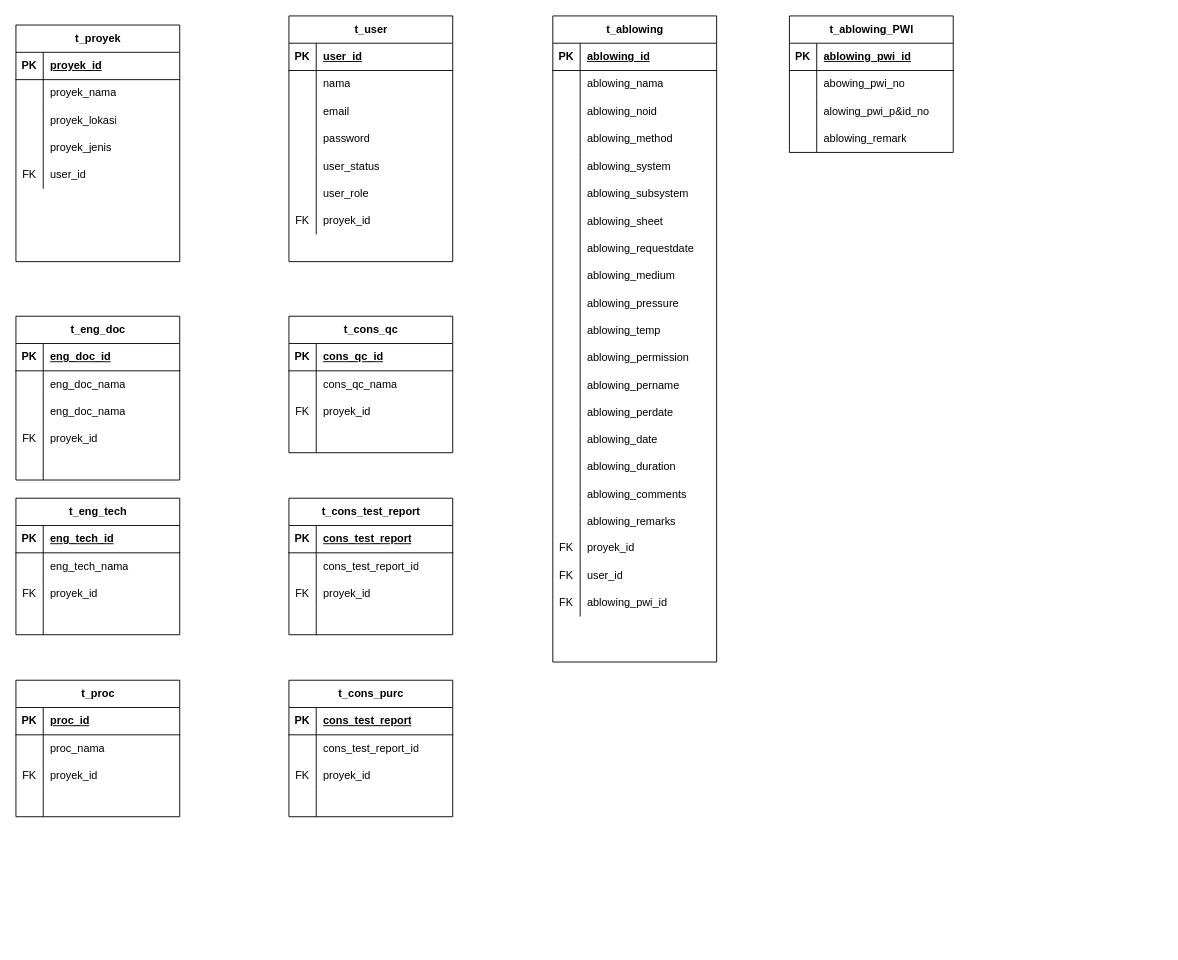
ukisatriana/Flow-serv keeps this draw.io diagram as CommissioningWIKA.drawio. Above is the earlier version. Source tidied: cells renumbered, new cells numbered last; positions are measured from the earlier drawing's top-left corner, leaving out a move shared by most shapes. Both pictures are drawn from the tidied source at 91%, with x=0, y=0 at pixel (15, 15).
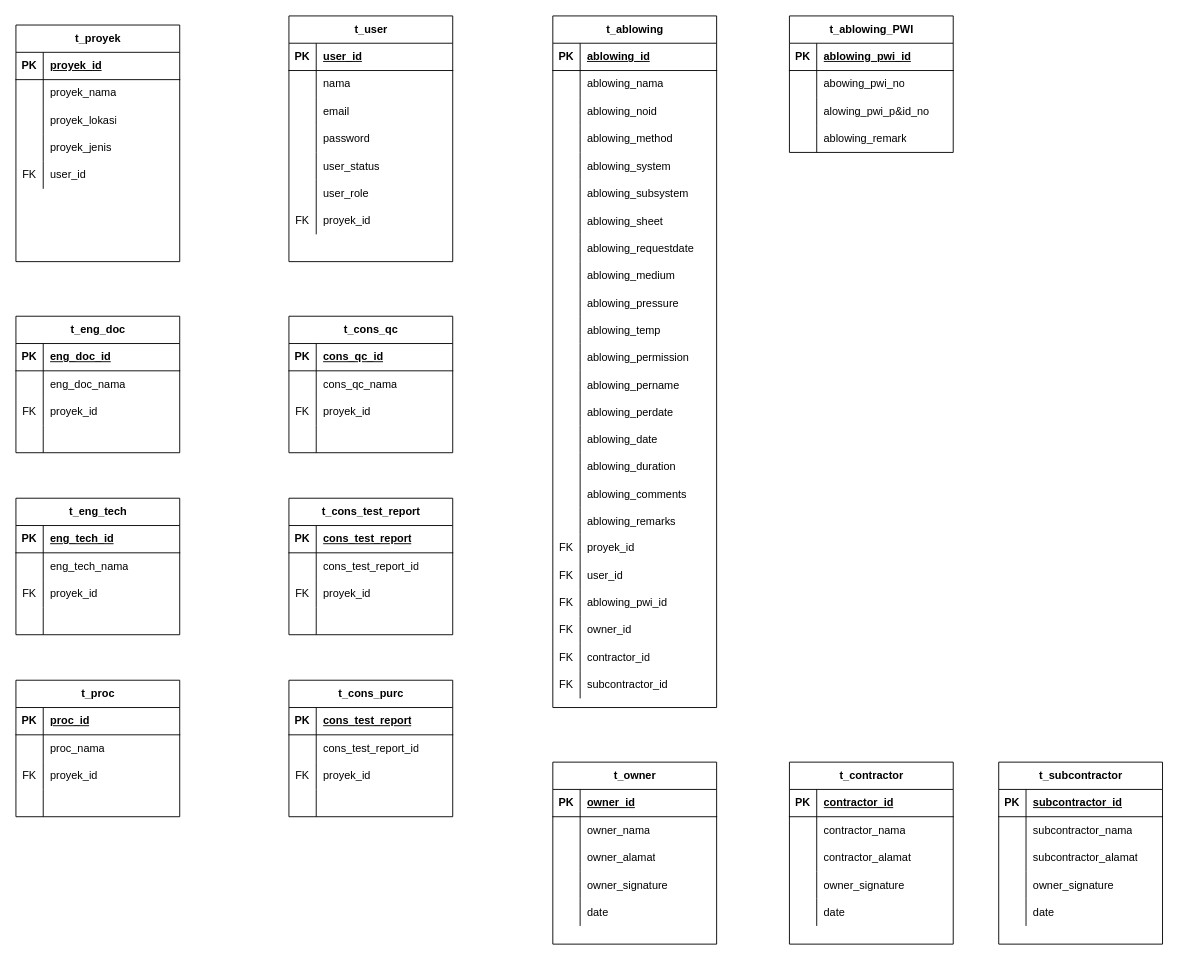
The same page after the edit.

What changed in the source:
```diff
@@
     <mxCell id="18" value="t_eng_doc" style="shape=table;startSize=30;childLayout=tableLayout;rowLines=0;fontStyle=1;align=center;html=1;" parent="1" vertex="1">
-      <mxGeometry y="330" width="180" height="180" as="geometry" />
+      <mxGeometry y="330" width="180" height="150" as="geometry" />
     </mxCell>
@@
-    <mxCell id="25" style="shape=tableRow;horizontal=0;startSize=0;swimlaneHead=0;swimlaneBody=0;fillColor=none;top=0;left=0;right=0;bottom=0;" parent="18" vertex="1">
-      <mxGeometry y="90" width="180" height="30" as="geometry" />
-    </mxCell>
-    <mxCell id="26" style="shape=partialRectangle;fillColor=none;top=0;left=0;bottom=0;right=0;overflow=hidden;whiteSpace=wrap;html=1;" parent="25" vertex="1">
-      <mxGeometry width="30" height="30" as="geometry" />
-    </mxCell>
-    <mxCell id="27" value="eng_doc_nama" style="shape=partialRectangle;fillColor=none;top=0;left=0;bottom=0;right=0;align=left;spacingLeft=6;overflow=hidden;whiteSpace=wrap;html=1;" parent="25" vertex="1">
-      <mxGeometry x="30" width="150" height="30" as="geometry" />
-    </mxCell>
     <mxCell id="28" style="shape=tableRow;horizontal=0;startSize=0;swimlaneHead=0;swimlaneBody=0;fillColor=none;top=0;left=0;right=0;bottom=0;" parent="18" vertex="1">
-      <mxGeometry y="120" width="180" height="30" as="geometry" />
+      <mxGeometry y="90" width="180" height="30" as="geometry" />
     </mxCell>
@@
     <mxCell id="31" style="shape=tableRow;horizontal=0;startSize=0;swimlaneHead=0;swimlaneBody=0;fillColor=none;top=0;left=0;right=0;bottom=0;" parent="18" vertex="1">
-      <mxGeometry y="150" width="180" height="30" as="geometry" />
+      <mxGeometry y="120" width="180" height="30" as="geometry" />
     </mxCell>
@@
     <mxCell id="121" value="t_ablowing" style="shape=table;startSize=30;childLayout=tableLayout;rowLines=0;fontStyle=1;align=center;html=1;" parent="1" vertex="1">
-      <mxGeometry x="590" width="180" height="710" as="geometry" />
+      <mxGeometry x="590" width="180" height="760" as="geometry" />
     </mxCell>
@@
+    <mxCell id="198" style="shape=tableRow;horizontal=0;startSize=0;swimlaneHead=0;swimlaneBody=0;fillColor=none;top=0;left=0;right=0;bottom=0;" parent="121" vertex="1">
+      <mxGeometry y="660" width="180" height="30" as="geometry" />
+    </mxCell>
+    <mxCell id="199" value="FK" style="shape=partialRectangle;fillColor=none;top=0;left=0;bottom=0;right=0;fontStyle=0;overflow=hidden;whiteSpace=wrap;html=1;" parent="198" vertex="1">
+      <mxGeometry width="30" height="30" as="geometry" />
+    </mxCell>
+    <mxCell id="200" value="owner_id" style="shape=partialRectangle;fillColor=none;top=0;left=0;bottom=0;right=0;align=left;spacingLeft=6;fontStyle=0;overflow=hidden;whiteSpace=wrap;html=1;" parent="198" vertex="1">
+      <mxGeometry x="30" width="150" height="30" as="geometry" />
+    </mxCell>
+    <mxCell id="201" style="shape=tableRow;horizontal=0;startSize=0;swimlaneHead=0;swimlaneBody=0;fillColor=none;top=0;left=0;right=0;bottom=0;" parent="121" vertex="1">
+      <mxGeometry y="690" width="180" height="30" as="geometry" />
+    </mxCell>
+    <mxCell id="202" value="FK" style="shape=partialRectangle;fillColor=none;top=0;left=0;bottom=0;right=0;fontStyle=0;overflow=hidden;whiteSpace=wrap;html=1;" parent="201" vertex="1">
+      <mxGeometry width="30" height="30" as="geometry" />
+    </mxCell>
+    <mxCell id="203" value="contractor_id" style="shape=partialRectangle;fillColor=none;top=0;left=0;bottom=0;right=0;align=left;spacingLeft=6;fontStyle=0;overflow=hidden;whiteSpace=wrap;html=1;" parent="201" vertex="1">
+      <mxGeometry x="30" width="150" height="30" as="geometry" />
+    </mxCell>
+    <mxCell id="204" style="shape=tableRow;horizontal=0;startSize=0;swimlaneHead=0;swimlaneBody=0;fillColor=none;top=0;left=0;right=0;bottom=0;" parent="121" vertex="1">
+      <mxGeometry y="720" width="180" height="30" as="geometry" />
+    </mxCell>
+    <mxCell id="205" value="FK" style="shape=partialRectangle;fillColor=none;top=0;left=0;bottom=0;right=0;fontStyle=0;overflow=hidden;whiteSpace=wrap;html=1;" parent="204" vertex="1">
+      <mxGeometry width="30" height="30" as="geometry" />
+    </mxCell>
+    <mxCell id="206" value="subcontractor_id" style="shape=partialRectangle;fillColor=none;top=0;left=0;bottom=0;right=0;align=left;spacingLeft=6;fontStyle=0;overflow=hidden;whiteSpace=wrap;html=1;" parent="204" vertex="1">
+      <mxGeometry x="30" width="150" height="30" as="geometry" />
+    </mxCell>
@@
+    <mxCell id="207" value="t_owner" style="shape=table;startSize=30;childLayout=tableLayout;rowLines=0;fontStyle=1;align=center;html=1;" parent="1" vertex="1">
+      <mxGeometry x="590" y="820" width="180" height="200" as="geometry" />
+    </mxCell>
+    <mxCell id="208" style="shape=tableRow;horizontal=0;startSize=0;swimlaneHead=0;swimlaneBody=0;fillColor=none;top=0;left=0;right=0;bottom=1;" parent="207" vertex="1">
+      <mxGeometry y="30" width="180" height="30" as="geometry" />
+    </mxCell>
+    <mxCell id="209" value="PK" style="shape=partialRectangle;fillColor=none;top=0;left=0;bottom=0;right=0;fontStyle=1;overflow=hidden;whiteSpace=wrap;html=1;" parent="208" vertex="1">
+      <mxGeometry width="30" height="30" as="geometry" />
+    </mxCell>
+    <mxCell id="210" value="owner_id" style="shape=partialRectangle;fillColor=none;top=0;left=0;bottom=0;right=0;align=left;spacingLeft=6;fontStyle=5;overflow=hidden;whiteSpace=wrap;html=1;" parent="208" vertex="1">
+      <mxGeometry x="30" width="150" height="30" as="geometry" />
+    </mxCell>
+    <mxCell id="211" style="shape=tableRow;horizontal=0;startSize=0;swimlaneHead=0;swimlaneBody=0;fillColor=none;top=0;left=0;right=0;bottom=0;" parent="207" vertex="1">
+      <mxGeometry y="60" width="180" height="30" as="geometry" />
+    </mxCell>
+    <mxCell id="212" style="shape=partialRectangle;fillColor=none;top=0;left=0;bottom=0;right=0;overflow=hidden;whiteSpace=wrap;html=1;" parent="211" vertex="1">
+      <mxGeometry width="30" height="30" as="geometry" />
+    </mxCell>
+    <mxCell id="213" value="owner_nama" style="shape=partialRectangle;fillColor=none;top=0;left=0;bottom=0;right=0;align=left;spacingLeft=6;overflow=hidden;whiteSpace=wrap;html=1;" parent="211" vertex="1">
+      <mxGeometry x="30" width="150" height="30" as="geometry" />
+    </mxCell>
+    <mxCell id="214" style="shape=tableRow;horizontal=0;startSize=0;swimlaneHead=0;swimlaneBody=0;fillColor=none;top=0;left=0;right=0;bottom=0;" parent="207" vertex="1">
+      <mxGeometry y="90" width="180" height="30" as="geometry" />
+    </mxCell>
+    <mxCell id="215" style="shape=partialRectangle;fillColor=none;top=0;left=0;bottom=0;right=0;overflow=hidden;whiteSpace=wrap;html=1;" parent="214" vertex="1">
+      <mxGeometry width="30" height="30" as="geometry" />
+    </mxCell>
+    <mxCell id="216" value="owner_alamat" style="shape=partialRectangle;fillColor=none;top=0;left=0;bottom=0;right=0;align=left;spacingLeft=6;overflow=hidden;whiteSpace=wrap;html=1;" parent="214" vertex="1">
+      <mxGeometry x="30" width="150" height="30" as="geometry" />
+    </mxCell>
+    <mxCell id="217" style="shape=tableRow;horizontal=0;startSize=0;swimlaneHead=0;swimlaneBody=0;fillColor=none;top=0;left=0;right=0;bottom=0;" parent="207" vertex="1">
+      <mxGeometry y="120" width="180" height="30" as="geometry" />
+    </mxCell>
+    <mxCell id="218" style="shape=partialRectangle;fillColor=none;top=0;left=0;bottom=0;right=0;overflow=hidden;" parent="217" vertex="1">
+      <mxGeometry width="30" height="30" as="geometry" />
+    </mxCell>
+    <mxCell id="219" value="owner_signature" style="shape=partialRectangle;fillColor=none;top=0;left=0;bottom=0;right=0;align=left;spacingLeft=6;overflow=hidden;" parent="217" vertex="1">
+      <mxGeometry x="30" width="150" height="30" as="geometry" />
+    </mxCell>
+    <mxCell id="220" style="shape=tableRow;horizontal=0;startSize=0;swimlaneHead=0;swimlaneBody=0;fillColor=none;top=0;left=0;right=0;bottom=0;" parent="207" vertex="1">
+      <mxGeometry y="150" width="180" height="30" as="geometry" />
+    </mxCell>
+    <mxCell id="221" style="shape=partialRectangle;fillColor=none;top=0;left=0;bottom=0;right=0;overflow=hidden;" parent="220" vertex="1">
+      <mxGeometry width="30" height="30" as="geometry" />
+    </mxCell>
+    <mxCell id="222" value="date" style="shape=partialRectangle;fillColor=none;top=0;left=0;bottom=0;right=0;align=left;spacingLeft=6;overflow=hidden;" parent="220" vertex="1">
+      <mxGeometry x="30" width="150" height="30" as="geometry" />
+    </mxCell>
+    <mxCell id="223" value="t_contractor" style="shape=table;startSize=30;childLayout=tableLayout;rowLines=0;fontStyle=1;align=center;html=1;" parent="1" vertex="1">
+      <mxGeometry x="850" y="820" width="180" height="200" as="geometry" />
+    </mxCell>
+    <mxCell id="224" style="shape=tableRow;horizontal=0;startSize=0;swimlaneHead=0;swimlaneBody=0;fillColor=none;top=0;left=0;right=0;bottom=1;" parent="223" vertex="1">
+      <mxGeometry y="30" width="180" height="30" as="geometry" />
+    </mxCell>
+    <mxCell id="225" value="PK" style="shape=partialRectangle;fillColor=none;top=0;left=0;bottom=0;right=0;fontStyle=1;overflow=hidden;whiteSpace=wrap;html=1;" parent="224" vertex="1">
+      <mxGeometry width="30" height="30" as="geometry" />
+    </mxCell>
+    <mxCell id="226" value="contractor_id" style="shape=partialRectangle;fillColor=none;top=0;left=0;bottom=0;right=0;align=left;spacingLeft=6;fontStyle=5;overflow=hidden;whiteSpace=wrap;html=1;" parent="224" vertex="1">
+      <mxGeometry x="30" width="150" height="30" as="geometry" />
+    </mxCell>
+    <mxCell id="227" style="shape=tableRow;horizontal=0;startSize=0;swimlaneHead=0;swimlaneBody=0;fillColor=none;top=0;left=0;right=0;bottom=0;" parent="223" vertex="1">
+      <mxGeometry y="60" width="180" height="30" as="geometry" />
+    </mxCell>
+    <mxCell id="228" style="shape=partialRectangle;fillColor=none;top=0;left=0;bottom=0;right=0;overflow=hidden;whiteSpace=wrap;html=1;" parent="227" vertex="1">
+      <mxGeometry width="30" height="30" as="geometry" />
+    </mxCell>
+    <mxCell id="229" value="contractor_nama" style="shape=partialRectangle;fillColor=none;top=0;left=0;bottom=0;right=0;align=left;spacingLeft=6;overflow=hidden;whiteSpace=wrap;html=1;" parent="227" vertex="1">
+      <mxGeometry x="30" width="150" height="30" as="geometry" />
+    </mxCell>
+    <mxCell id="230" style="shape=tableRow;horizontal=0;startSize=0;swimlaneHead=0;swimlaneBody=0;fillColor=none;top=0;left=0;right=0;bottom=0;" parent="223" vertex="1">
+      <mxGeometry y="90" width="180" height="30" as="geometry" />
+    </mxCell>
+    <mxCell id="231" style="shape=partialRectangle;fillColor=none;top=0;left=0;bottom=0;right=0;overflow=hidden;whiteSpace=wrap;html=1;" parent="230" vertex="1">
+      <mxGeometry width="30" height="30" as="geometry" />
+    </mxCell>
+    <mxCell id="232" value="contractor_alamat" style="shape=partialRectangle;fillColor=none;top=0;left=0;bottom=0;right=0;align=left;spacingLeft=6;overflow=hidden;whiteSpace=wrap;html=1;" parent="230" vertex="1">
+      <mxGeometry x="30" width="150" height="30" as="geometry" />
+    </mxCell>
+    <mxCell id="233" style="shape=tableRow;horizontal=0;startSize=0;swimlaneHead=0;swimlaneBody=0;fillColor=none;top=0;left=0;right=0;bottom=0;" parent="223" vertex="1">
+      <mxGeometry y="120" width="180" height="30" as="geometry" />
+    </mxCell>
+    <mxCell id="234" style="shape=partialRectangle;fillColor=none;top=0;left=0;bottom=0;right=0;overflow=hidden;" parent="233" vertex="1">
+      <mxGeometry width="30" height="30" as="geometry" />
+    </mxCell>
+    <mxCell id="235" value="owner_signature" style="shape=partialRectangle;fillColor=none;top=0;left=0;bottom=0;right=0;align=left;spacingLeft=6;overflow=hidden;" parent="233" vertex="1">
+      <mxGeometry x="30" width="150" height="30" as="geometry" />
+    </mxCell>
+    <mxCell id="236" style="shape=tableRow;horizontal=0;startSize=0;swimlaneHead=0;swimlaneBody=0;fillColor=none;top=0;left=0;right=0;bottom=0;" parent="223" vertex="1">
+      <mxGeometry y="150" width="180" height="30" as="geometry" />
+    </mxCell>
+    <mxCell id="237" style="shape=partialRectangle;fillColor=none;top=0;left=0;bottom=0;right=0;overflow=hidden;" parent="236" vertex="1">
+      <mxGeometry width="30" height="30" as="geometry" />
+    </mxCell>
+    <mxCell id="238" value="date" style="shape=partialRectangle;fillColor=none;top=0;left=0;bottom=0;right=0;align=left;spacingLeft=6;overflow=hidden;" parent="236" vertex="1">
+      <mxGeometry x="30" width="150" height="30" as="geometry" />
+    </mxCell>
+    <mxCell id="239" value="t_subcontractor" style="shape=table;startSize=30;childLayout=tableLayout;rowLines=0;fontStyle=1;align=center;html=1;" parent="1" vertex="1">
+      <mxGeometry x="1080" y="820" width="180" height="200" as="geometry" />
+    </mxCell>
+    <mxCell id="240" style="shape=tableRow;horizontal=0;startSize=0;swimlaneHead=0;swimlaneBody=0;fillColor=none;top=0;left=0;right=0;bottom=1;" parent="239" vertex="1">
+      <mxGeometry y="30" width="180" height="30" as="geometry" />
+    </mxCell>
+    <mxCell id="241" value="PK" style="shape=partialRectangle;fillColor=none;top=0;left=0;bottom=0;right=0;fontStyle=1;overflow=hidden;whiteSpace=wrap;html=1;" parent="240" vertex="1">
+      <mxGeometry width="30" height="30" as="geometry" />
+    </mxCell>
+    <mxCell id="242" value="subcontractor_id" style="shape=partialRectangle;fillColor=none;top=0;left=0;bottom=0;right=0;align=left;spacingLeft=6;fontStyle=5;overflow=hidden;whiteSpace=wrap;html=1;" parent="240" vertex="1">
+      <mxGeometry x="30" width="150" height="30" as="geometry" />
+    </mxCell>
+    <mxCell id="243" style="shape=tableRow;horizontal=0;startSize=0;swimlaneHead=0;swimlaneBody=0;fillColor=none;top=0;left=0;right=0;bottom=0;" parent="239" vertex="1">
+      <mxGeometry y="60" width="180" height="30" as="geometry" />
+    </mxCell>
+    <mxCell id="244" style="shape=partialRectangle;fillColor=none;top=0;left=0;bottom=0;right=0;overflow=hidden;whiteSpace=wrap;html=1;" parent="243" vertex="1">
+      <mxGeometry width="30" height="30" as="geometry" />
+    </mxCell>
+    <mxCell id="245" value="subcontractor_nama" style="shape=partialRectangle;fillColor=none;top=0;left=0;bottom=0;right=0;align=left;spacingLeft=6;overflow=hidden;whiteSpace=wrap;html=1;" parent="243" vertex="1">
+      <mxGeometry x="30" width="150" height="30" as="geometry" />
+    </mxCell>
+    <mxCell id="246" style="shape=tableRow;horizontal=0;startSize=0;swimlaneHead=0;swimlaneBody=0;fillColor=none;top=0;left=0;right=0;bottom=0;" parent="239" vertex="1">
+      <mxGeometry y="90" width="180" height="30" as="geometry" />
+    </mxCell>
+    <mxCell id="247" style="shape=partialRectangle;fillColor=none;top=0;left=0;bottom=0;right=0;overflow=hidden;whiteSpace=wrap;html=1;" parent="246" vertex="1">
+      <mxGeometry width="30" height="30" as="geometry" />
+    </mxCell>
+    <mxCell id="248" value="subcontractor_alamat" style="shape=partialRectangle;fillColor=none;top=0;left=0;bottom=0;right=0;align=left;spacingLeft=6;overflow=hidden;whiteSpace=wrap;html=1;" parent="246" vertex="1">
+      <mxGeometry x="30" width="150" height="30" as="geometry" />
+    </mxCell>
+    <mxCell id="249" style="shape=tableRow;horizontal=0;startSize=0;swimlaneHead=0;swimlaneBody=0;fillColor=none;top=0;left=0;right=0;bottom=0;" parent="239" vertex="1">
+      <mxGeometry y="120" width="180" height="30" as="geometry" />
+    </mxCell>
+    <mxCell id="250" style="shape=partialRectangle;fillColor=none;top=0;left=0;bottom=0;right=0;overflow=hidden;" parent="249" vertex="1">
+      <mxGeometry width="30" height="30" as="geometry" />
+    </mxCell>
+    <mxCell id="251" value="owner_signature" style="shape=partialRectangle;fillColor=none;top=0;left=0;bottom=0;right=0;align=left;spacingLeft=6;overflow=hidden;" parent="249" vertex="1">
+      <mxGeometry x="30" width="150" height="30" as="geometry" />
+    </mxCell>
+    <mxCell id="252" style="shape=tableRow;horizontal=0;startSize=0;swimlaneHead=0;swimlaneBody=0;fillColor=none;top=0;left=0;right=0;bottom=0;" parent="239" vertex="1">
+      <mxGeometry y="150" width="180" height="30" as="geometry" />
+    </mxCell>
+    <mxCell id="253" style="shape=partialRectangle;fillColor=none;top=0;left=0;bottom=0;right=0;overflow=hidden;" parent="252" vertex="1">
+      <mxGeometry width="30" height="30" as="geometry" />
+    </mxCell>
+    <mxCell id="254" value="date" style="shape=partialRectangle;fillColor=none;top=0;left=0;bottom=0;right=0;align=left;spacingLeft=6;overflow=hidden;" parent="252" vertex="1">
+      <mxGeometry x="30" width="150" height="30" as="geometry" />
+    </mxCell>
```
